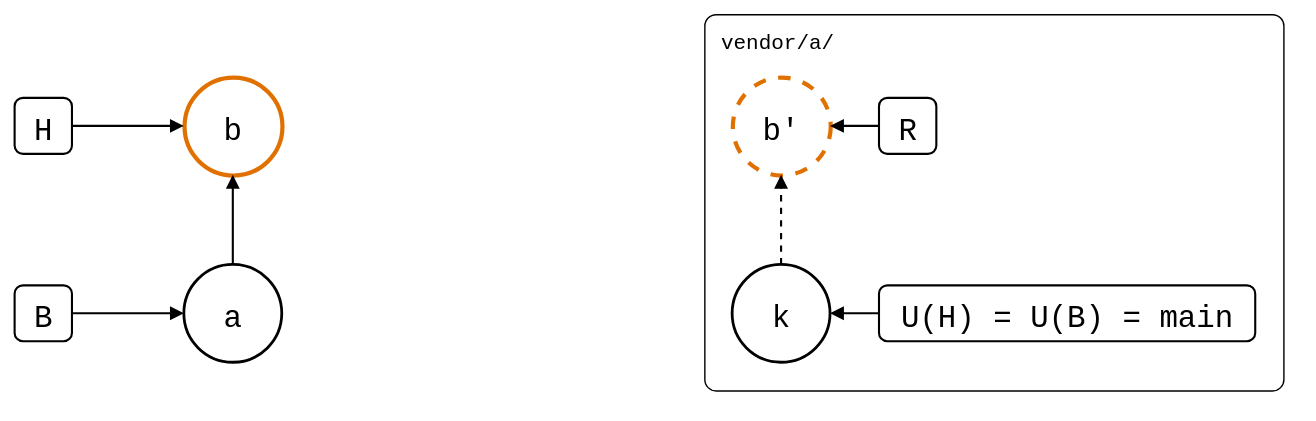
Before: test/scenarios/03-branches-and-teamwork/02-feature-branch-from-main/feature-branch-from-main.drawio.svg, a diagram exported from draw.io (roschaefer/git-splice). Source tidied: cells renumbered, new cells last; positions are measured from the earlier drawing's top-left corner, leaving out a move shared by most shapes.
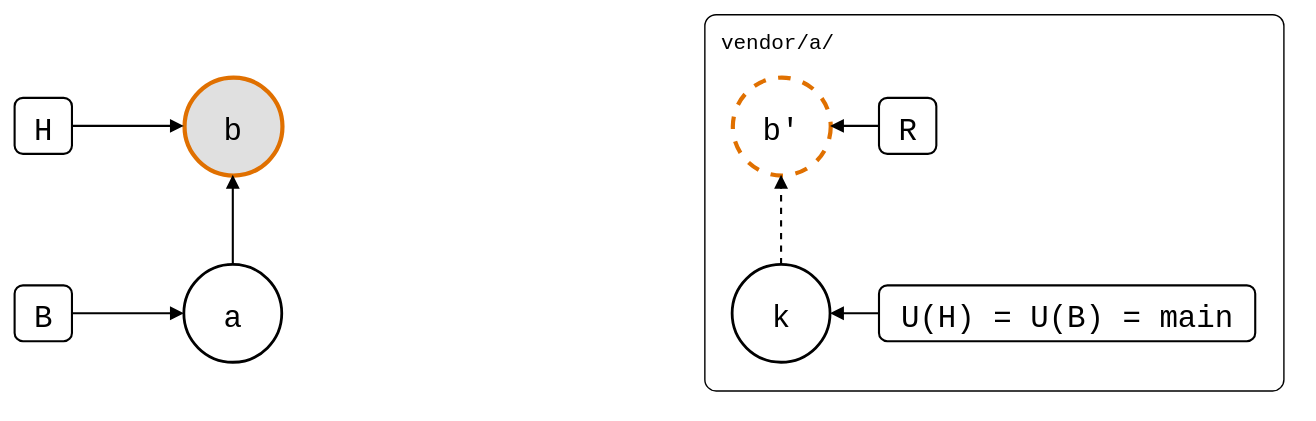
After the commit.

The edit, as a diff of the source:
```diff
@@ -8,7 +8,7 @@
     <mxCell id="3" value="a" style="ellipse;strokeWidth=2;fontSize=22;fontFamily=Roboto Mono,monospace;" parent="1" vertex="1">
       <mxGeometry x="121" y="179" width="70" height="70" as="geometry" />
     </mxCell>
-    <mxCell id="4" value="b" style="ellipse;fontSize=22;fontFamily=Roboto Mono,monospace;strokeColor=#E07000;strokeWidth=3;" parent="1" vertex="1">
+    <mxCell id="4" value="b" style="ellipse;fontSize=22;fontFamily=Roboto Mono,monospace;fillColor=#E0E0E0;strokeColor=#E07000;strokeWidth=3;" parent="1" vertex="1">
       <mxGeometry x="121" y="45" width="70" height="70" as="geometry" />
     </mxCell>
     <mxCell id="5" value="k" style="ellipse;strokeWidth=2;fontSize=22;fontFamily=Roboto Mono,monospace;" parent="1" vertex="1">
```
